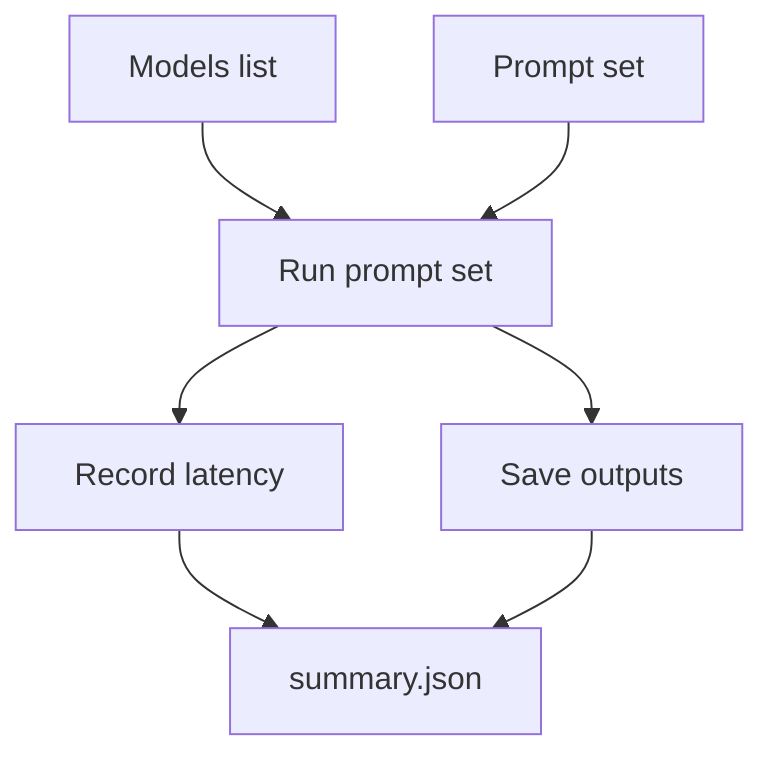
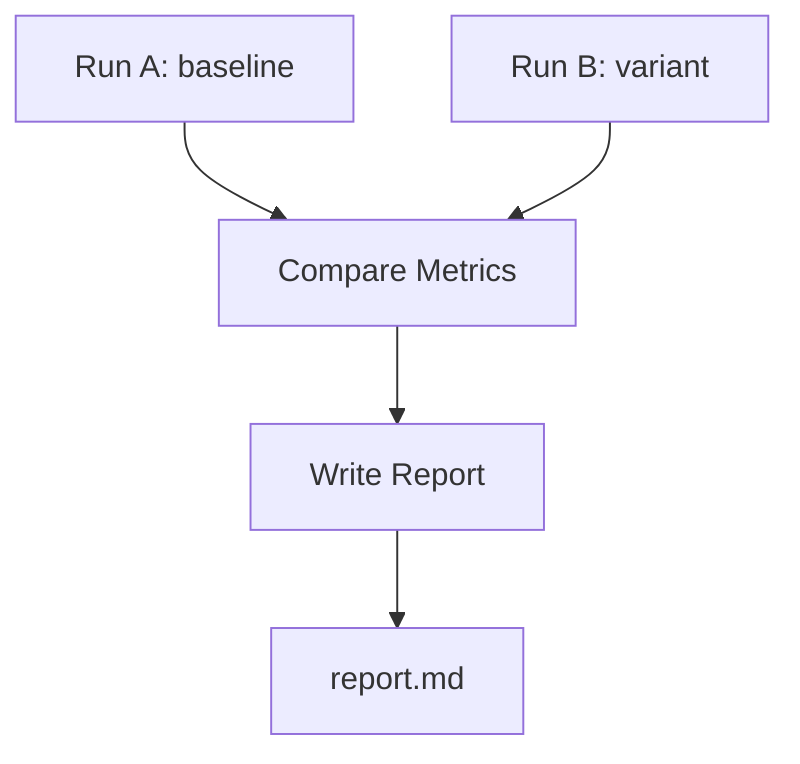
flowchart TD
-   M[Models list] --> R[Run prompt set]
-   P[Prompt set] --> R
-   R --> L[Record latency]
-   R --> Q[Save outputs]
-   L --> S[summary.json]
-   Q --> S+   A[Run A: baseline] --> C[Compare Metrics]
+   B[Run B: variant] --> C
+   C --> D[Write Report]
+   D --> E[report.md]
